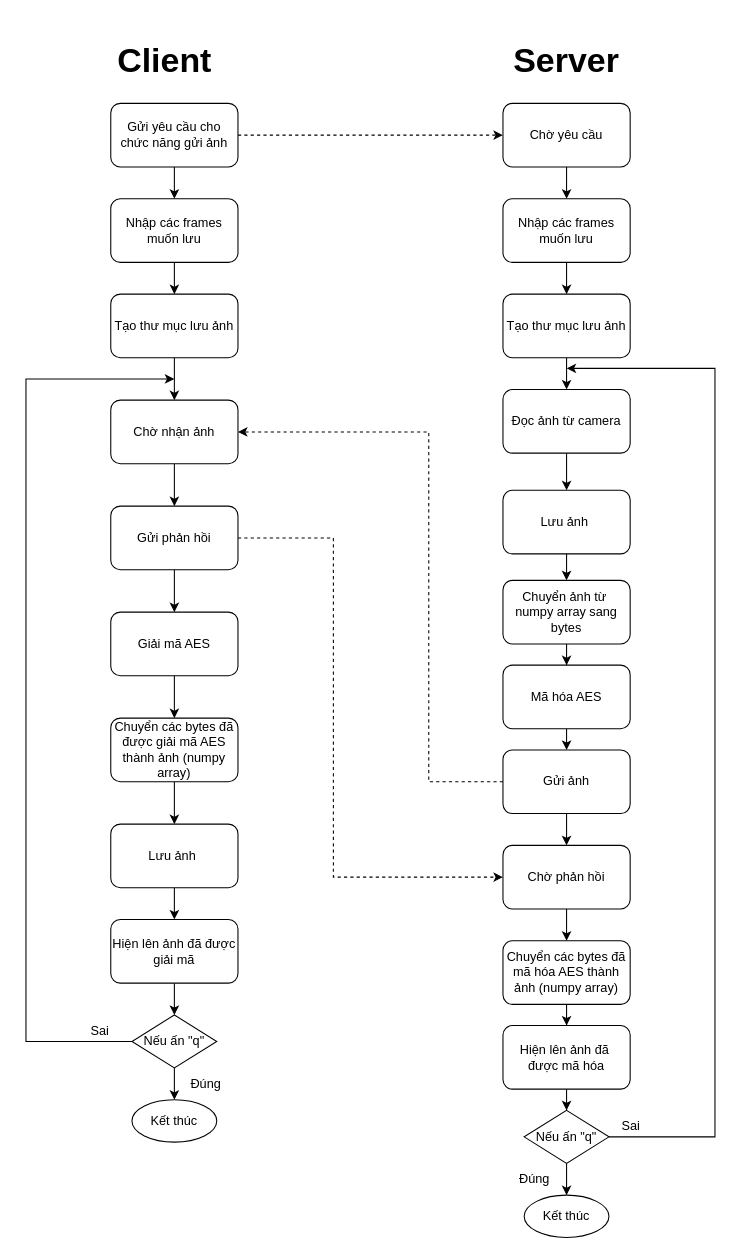
Before: sendImg.drawio in duy1009/abc, a draw.io diagram. Source tidied: cells renumbered, new cells numbered last; positions are measured from the earlier drawing's top-left corner, leaving out a move shared by most shapes. Both pictures are drawn from the tidied source at 106%, with x=0, y=0 at pixel (25, 29).
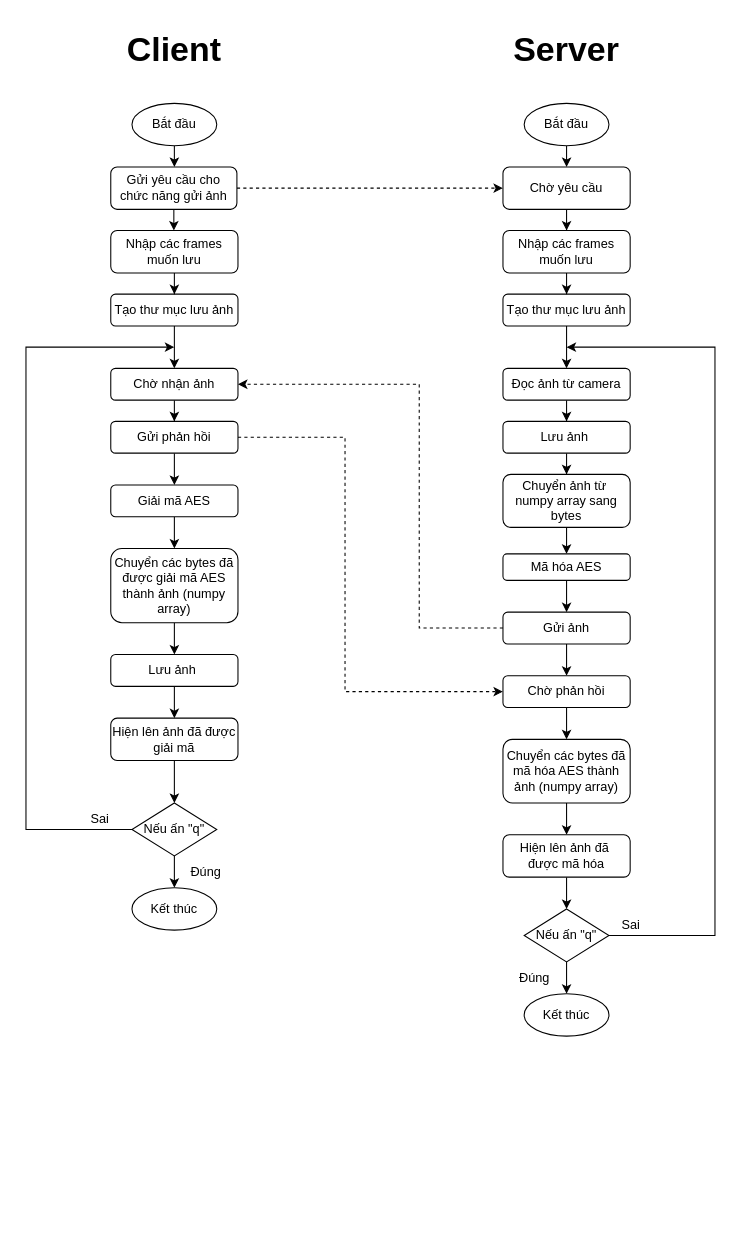
The same page after the edit.

What changed in the source:
```diff
@@
     <mxCell id="4" value="Gửi yêu cầu cho chức năng gửi ảnh" style="rounded=1;whiteSpace=wrap;html=1;" parent="1" vertex="1">
-      <mxGeometry x="80" y="70" width="120" height="60" as="geometry" />
+      <mxGeometry x="80" y="130" width="119" height="40" as="geometry" />
     </mxCell>
@@
     <mxCell id="6" value="Chờ yêu cầu" style="rounded=1;whiteSpace=wrap;html=1;" parent="1" vertex="1">
-      <mxGeometry x="450" y="70" width="120" height="60" as="geometry" />
+      <mxGeometry x="450" y="130" width="120" height="40" as="geometry" />
     </mxCell>
@@
     <mxCell id="8" value="Đọc ảnh từ camera" style="rounded=1;whiteSpace=wrap;html=1;" parent="1" vertex="1">
-      <mxGeometry x="450" y="340" width="120" height="60" as="geometry" />
+      <mxGeometry x="450" y="320" width="120" height="30" as="geometry" />
     </mxCell>
@@
     <mxCell id="10" value="Tạo thư mục lưu ảnh" style="rounded=1;whiteSpace=wrap;html=1;" parent="1" vertex="1">
-      <mxGeometry x="450" y="250" width="120" height="60" as="geometry" />
+      <mxGeometry x="450" y="250" width="120" height="30" as="geometry" />
     </mxCell>
@@
     <mxCell id="12" value="Lưu ảnh&amp;nbsp;" style="rounded=1;whiteSpace=wrap;html=1;" parent="1" vertex="1">
-      <mxGeometry x="450" y="435" width="120" height="60" as="geometry" />
+      <mxGeometry x="450" y="370" width="120" height="30" as="geometry" />
     </mxCell>
@@
     <mxCell id="14" value="Chuyển ảnh từ&amp;nbsp; numpy array sang bytes" style="rounded=1;whiteSpace=wrap;html=1;" parent="1" vertex="1">
-      <mxGeometry x="450" y="520" width="120" height="60" as="geometry" />
+      <mxGeometry x="450" y="420" width="120" height="50" as="geometry" />
     </mxCell>
-    <mxCell id="15" style="edgeStyle=orthogonalEdgeStyle;rounded=0;jettySize=auto;html=1;" parent="1" edge="1" source="16">
-      <mxGeometry relative="1" as="geometry">
-        <mxPoint x="510" y="680" as="targetPoint" />
-      </mxGeometry>
+    <mxCell id="15" style="edgeStyle=orthogonalEdgeStyle;rounded=0;jettySize=auto;html=1;entryX=0.5;entryY=0;entryDx=0;entryDy=0;" parent="1" edge="1" source="16" target="19">
+      <mxGeometry relative="1" as="geometry" />
     </mxCell>
     <mxCell id="16" value="Mã hóa AES" style="rounded=1;whiteSpace=wrap;html=1;" parent="1" vertex="1">
-      <mxGeometry x="450" y="600" width="120" height="60" as="geometry" />
+      <mxGeometry x="450" y="495" width="120" height="25" as="geometry" />
     </mxCell>
-    <mxCell id="17" style="edgeStyle=orthogonalEdgeStyle;rounded=0;jettySize=auto;html=1;entryX=1;entryY=0.5;entryDx=0;entryDy=0;dashed=1;" parent="1" edge="1" source="19" target="26">
+    <mxCell id="17" style="edgeStyle=orthogonalEdgeStyle;rounded=0;jettySize=auto;html=1;entryX=1;entryY=0.5;entryDx=0;entryDy=0;dashed=1;exitX=0;exitY=0.5;exitDx=0;exitDy=0;" parent="1" edge="1" source="19" target="26">
       <mxGeometry relative="1" as="geometry">
         <Array as="points">
-          <mxPoint x="380" y="710" />
-          <mxPoint x="380" y="380" />
+          <mxPoint x="371" y="565" />
+          <mxPoint x="371" y="335" />
         </Array>
       </mxGeometry>
     </mxCell>
@@
     <mxCell id="19" value="Gửi ảnh" style="rounded=1;whiteSpace=wrap;html=1;" parent="1" vertex="1">
-      <mxGeometry x="450" y="680" width="120" height="60" as="geometry" />
+      <mxGeometry x="450" y="550" width="120" height="30" as="geometry" />
     </mxCell>
@@
     <mxCell id="21" value="Chuyển các bytes đã mã hóa AES thành ảnh (numpy array)" style="rounded=1;whiteSpace=wrap;html=1;" parent="1" vertex="1">
-      <mxGeometry x="450" y="860" width="120" height="60" as="geometry" />
+      <mxGeometry x="450" y="670" width="120" height="60" as="geometry" />
     </mxCell>
     <mxCell id="22" style="edgeStyle=orthogonalEdgeStyle;rounded=0;jettySize=auto;html=1;exitX=1;exitY=0.5;exitDx=0;exitDy=0;" parent="1" edge="1" source="50">
       <mxGeometry relative="1" as="geometry">
-        <mxPoint x="510" y="320" as="targetPoint" />
+        <mxPoint x="510" y="300" as="targetPoint" />
         <Array as="points">
-          <mxPoint x="650" y="1045" />
-          <mxPoint x="650" y="320" />
+          <mxPoint x="650" y="855" />
+          <mxPoint x="650" y="300" />
         </Array>
       </mxGeometry>
     </mxCell>
@@
     <mxCell id="24" value="Hiện lên ảnh đã&amp;nbsp; được mã hóa" style="rounded=1;whiteSpace=wrap;html=1;" parent="1" vertex="1">
-      <mxGeometry x="450" y="940" width="120" height="60" as="geometry" />
+      <mxGeometry x="450" y="760" width="120" height="40" as="geometry" />
     </mxCell>
@@
     <mxCell id="26" value="Chờ nhận ảnh" style="rounded=1;whiteSpace=wrap;html=1;" parent="1" vertex="1">
-      <mxGeometry x="80" y="350" width="120" height="60" as="geometry" />
+      <mxGeometry x="80" y="320" width="120" height="30" as="geometry" />
     </mxCell>
-    <mxCell id="27" style="edgeStyle=orthogonalEdgeStyle;rounded=0;jettySize=auto;html=1;" parent="1" edge="1" source="28">
-      <mxGeometry relative="1" as="geometry">
-        <mxPoint x="140" y="650" as="targetPoint" />
-      </mxGeometry>
+    <mxCell id="27" style="edgeStyle=orthogonalEdgeStyle;rounded=0;jettySize=auto;html=1;entryX=0.5;entryY=0;entryDx=0;entryDy=0;" parent="1" edge="1" source="28" target="30">
+      <mxGeometry relative="1" as="geometry" />
     </mxCell>
     <mxCell id="28" value="Giải mã AES" style="rounded=1;whiteSpace=wrap;html=1;" parent="1" vertex="1">
-      <mxGeometry x="80" y="550" width="120" height="60" as="geometry" />
+      <mxGeometry x="80" y="430" width="120" height="30" as="geometry" />
     </mxCell>
@@
     <mxCell id="30" value="Chuyển các bytes đã được giải mã AES thành ảnh (numpy array)" style="rounded=1;whiteSpace=wrap;html=1;" parent="1" vertex="1">
-      <mxGeometry x="80" y="650" width="120" height="60" as="geometry" />
+      <mxGeometry x="80" y="490" width="120" height="70" as="geometry" />
     </mxCell>
     <mxCell id="31" style="edgeStyle=orthogonalEdgeStyle;rounded=0;jettySize=auto;html=1;exitX=0;exitY=0.5;exitDx=0;exitDy=0;" parent="1" edge="1" source="48">
       <mxGeometry relative="1" as="geometry">
-        <mxPoint x="140" y="330" as="targetPoint" />
+        <mxPoint x="140" y="300" as="targetPoint" />
         <Array as="points">
-          <mxPoint y="955" />
-          <mxPoint y="330" />
+          <mxPoint y="755" />
+          <mxPoint y="300" />
         </Array>
       </mxGeometry>
     </mxCell>
@@
     <mxCell id="33" value="Hiện lên ảnh đã được giải mã" style="rounded=1;whiteSpace=wrap;html=1;" parent="1" vertex="1">
-      <mxGeometry x="80" y="840" width="120" height="60" as="geometry" />
+      <mxGeometry x="80" y="650" width="120" height="40" as="geometry" />
     </mxCell>
@@
     <mxCell id="35" value="Tạo thư mục lưu ảnh" style="rounded=1;whiteSpace=wrap;html=1;" parent="1" vertex="1">
-      <mxGeometry x="80" y="250" width="120" height="60" as="geometry" />
+      <mxGeometry x="80" y="250" width="120" height="30" as="geometry" />
     </mxCell>
@@
     <mxCell id="37" value="Nhập các frames muốn lưu" style="rounded=1;whiteSpace=wrap;html=1;" parent="1" vertex="1">
-      <mxGeometry x="80" y="160" width="120" height="60" as="geometry" />
+      <mxGeometry x="80" y="190" width="120" height="40" as="geometry" />
     </mxCell>
@@
     <mxCell id="39" value="Nhập các frames muốn lưu" style="rounded=1;whiteSpace=wrap;html=1;" parent="1" vertex="1">
-      <mxGeometry x="450" y="160" width="120" height="60" as="geometry" />
+      <mxGeometry x="450" y="190" width="120" height="40" as="geometry" />
     </mxCell>
@@
     <mxCell id="41" value="Chờ phản hồi" style="rounded=1;whiteSpace=wrap;html=1;" parent="1" vertex="1">
-      <mxGeometry x="450" y="770" width="120" height="60" as="geometry" />
+      <mxGeometry x="450" y="610" width="120" height="30" as="geometry" />
     </mxCell>
@@
-    <mxCell id="43" style="edgeStyle=orthogonalEdgeStyle;rounded=0;jettySize=auto;html=1;entryX=0;entryY=0.5;entryDx=0;entryDy=0;dashed=1;" parent="1" edge="1" source="44" target="41">
+    <mxCell id="43" style="edgeStyle=orthogonalEdgeStyle;rounded=0;jettySize=auto;html=1;entryX=0;entryY=0.5;entryDx=0;entryDy=0;dashed=1;exitX=1;exitY=0.5;exitDx=0;exitDy=0;" parent="1" edge="1" source="44" target="41">
       <mxGeometry relative="1" as="geometry">
         <Array as="points">
-          <mxPoint x="290" y="480" />
-          <mxPoint x="290" y="800" />
+          <mxPoint x="301" y="385" />
+          <mxPoint x="301" y="625" />
         </Array>
       </mxGeometry>
     </mxCell>
     <mxCell id="44" value="Gửi phản hồi" style="rounded=1;whiteSpace=wrap;html=1;" parent="1" vertex="1">
-      <mxGeometry x="80" y="450" width="120" height="60" as="geometry" />
+      <mxGeometry x="80" y="370" width="120" height="30" as="geometry" />
     </mxCell>
     <mxCell id="45" value="&lt;font style=&quot;font-size: 32px&quot;&gt;&lt;b&gt;Server&lt;/b&gt;&lt;/font&gt;" style="text;html=1;strokeColor=none;fillColor=none;align=center;verticalAlign=middle;whiteSpace=wrap;rounded=0;" parent="1" vertex="1">
-      <mxGeometry x="435" width="150" height="60" as="geometry" />
+      <mxGeometry x="435" y="-10" width="150" height="60" as="geometry" />
     </mxCell>
     <mxCell id="46" value="&lt;font style=&quot;font-size: 32px&quot;&gt;&lt;b&gt;Client&lt;/b&gt;&lt;/font&gt;" style="text;html=1;strokeColor=none;fillColor=none;align=center;verticalAlign=middle;whiteSpace=wrap;rounded=0;" parent="1" vertex="1">
-      <mxGeometry x="56" width="150" height="60" as="geometry" />
+      <mxGeometry x="65" y="-10" width="150" height="60" as="geometry" />
     </mxCell>
@@
     <mxCell id="48" value="Nếu ấn &quot;q&quot;" style="rhombus;whiteSpace=wrap;html=1;fontSize=12;" parent="1" vertex="1">
-      <mxGeometry x="100" y="930" width="80" height="50" as="geometry" />
+      <mxGeometry x="100" y="730" width="80" height="50" as="geometry" />
     </mxCell>
@@
     <mxCell id="50" value="Nếu ấn &quot;q&quot;" style="rhombus;whiteSpace=wrap;html=1;fontSize=12;" parent="1" vertex="1">
-      <mxGeometry x="470" y="1020" width="80" height="50" as="geometry" />
+      <mxGeometry x="470" y="830" width="80" height="50" as="geometry" />
     </mxCell>
     <mxCell id="51" value="Kết thúc" style="ellipse;whiteSpace=wrap;html=1;fontSize=12;" parent="1" vertex="1">
-      <mxGeometry x="470" y="1100" width="80" height="40" as="geometry" />
+      <mxGeometry x="470" y="910" width="80" height="40" as="geometry" />
     </mxCell>
     <mxCell id="52" value="Kết thúc" style="ellipse;whiteSpace=wrap;html=1;fontSize=12;" parent="1" vertex="1">
-      <mxGeometry x="100" y="1010" width="80" height="40" as="geometry" />
+      <mxGeometry x="100" y="810" width="80" height="40" as="geometry" />
     </mxCell>
@@
     <mxCell id="54" value="Lưu ảnh&amp;nbsp;" style="rounded=1;whiteSpace=wrap;html=1;" parent="1" vertex="1">
-      <mxGeometry x="80" y="750" width="120" height="60" as="geometry" />
+      <mxGeometry x="80" y="590" width="120" height="30" as="geometry" />
     </mxCell>
     <mxCell id="55" value="Đúng" style="text;html=1;strokeColor=none;fillColor=none;align=center;verticalAlign=middle;whiteSpace=wrap;rounded=0;fontSize=12;" parent="1" vertex="1">
-      <mxGeometry x="140" y="980" width="60" height="30" as="geometry" />
+      <mxGeometry x="140" y="780" width="60" height="30" as="geometry" />
     </mxCell>
     <mxCell id="56" value="Đúng" style="text;html=1;strokeColor=none;fillColor=none;align=center;verticalAlign=middle;whiteSpace=wrap;rounded=0;fontSize=12;" parent="1" vertex="1">
-      <mxGeometry x="450" y="1070" width="60" height="30" as="geometry" />
+      <mxGeometry x="450" y="880" width="60" height="30" as="geometry" />
     </mxCell>
     <mxCell id="57" value="Sai" style="text;html=1;strokeColor=none;fillColor=none;align=center;verticalAlign=middle;whiteSpace=wrap;rounded=0;fontSize=12;" parent="1" vertex="1">
-      <mxGeometry x="40" y="930" width="60" height="30" as="geometry" />
+      <mxGeometry x="40" y="730" width="60" height="30" as="geometry" />
     </mxCell>
     <mxCell id="58" value="Sai" style="text;html=1;strokeColor=none;fillColor=none;align=center;verticalAlign=middle;whiteSpace=wrap;rounded=0;fontSize=12;" parent="1" vertex="1">
-      <mxGeometry x="541" y="1020" width="60" height="30" as="geometry" />
+      <mxGeometry x="541" y="830" width="60" height="30" as="geometry" />
     </mxCell>
+    <mxCell id="59" style="edgeStyle=orthogonalEdgeStyle;rounded=0;jettySize=auto;html=1;fontSize=12;" parent="1" edge="1" source="60">
+      <mxGeometry relative="1" as="geometry">
+        <mxPoint x="510" y="130" as="targetPoint" />
+      </mxGeometry>
+    </mxCell>
+    <mxCell id="60" value="Bắt đầu" style="ellipse;whiteSpace=wrap;html=1;fontSize=12;" parent="1" vertex="1">
+      <mxGeometry x="470" y="70" width="80" height="40" as="geometry" />
+    </mxCell>
+    <mxCell id="61" style="edgeStyle=orthogonalEdgeStyle;rounded=0;jettySize=auto;html=1;fontSize=12;" parent="1" edge="1" source="62">
+      <mxGeometry relative="1" as="geometry">
+        <mxPoint x="140" y="130" as="targetPoint" />
+      </mxGeometry>
+    </mxCell>
+    <mxCell id="62" value="Bắt đầu" style="ellipse;whiteSpace=wrap;html=1;fontSize=12;" parent="1" vertex="1">
+      <mxGeometry x="100" y="70" width="80" height="40" as="geometry" />
+    </mxCell>
```
